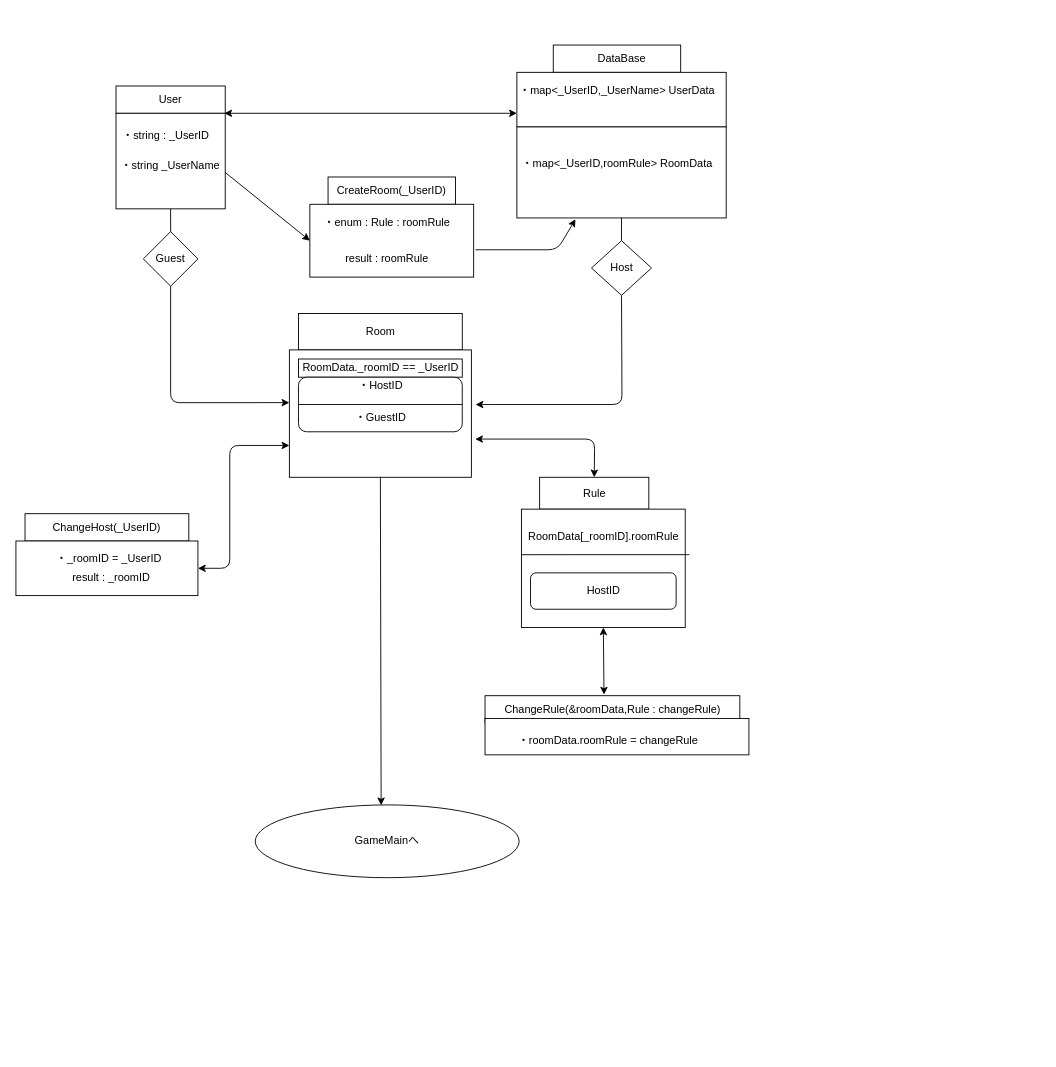
netWork2019WinterMan/netWork2019WinterMan keeps this draw.io diagram as クラス図.drawio. Above is the earlier version. Source tidied: cells renumbered, new cells numbered last; positions are measured from the earlier drawing's top-left corner, leaving out a move shared by most shapes. Both pictures are drawn from the tidied source at 91%, with x=0, y=0 at pixel (15, 45).
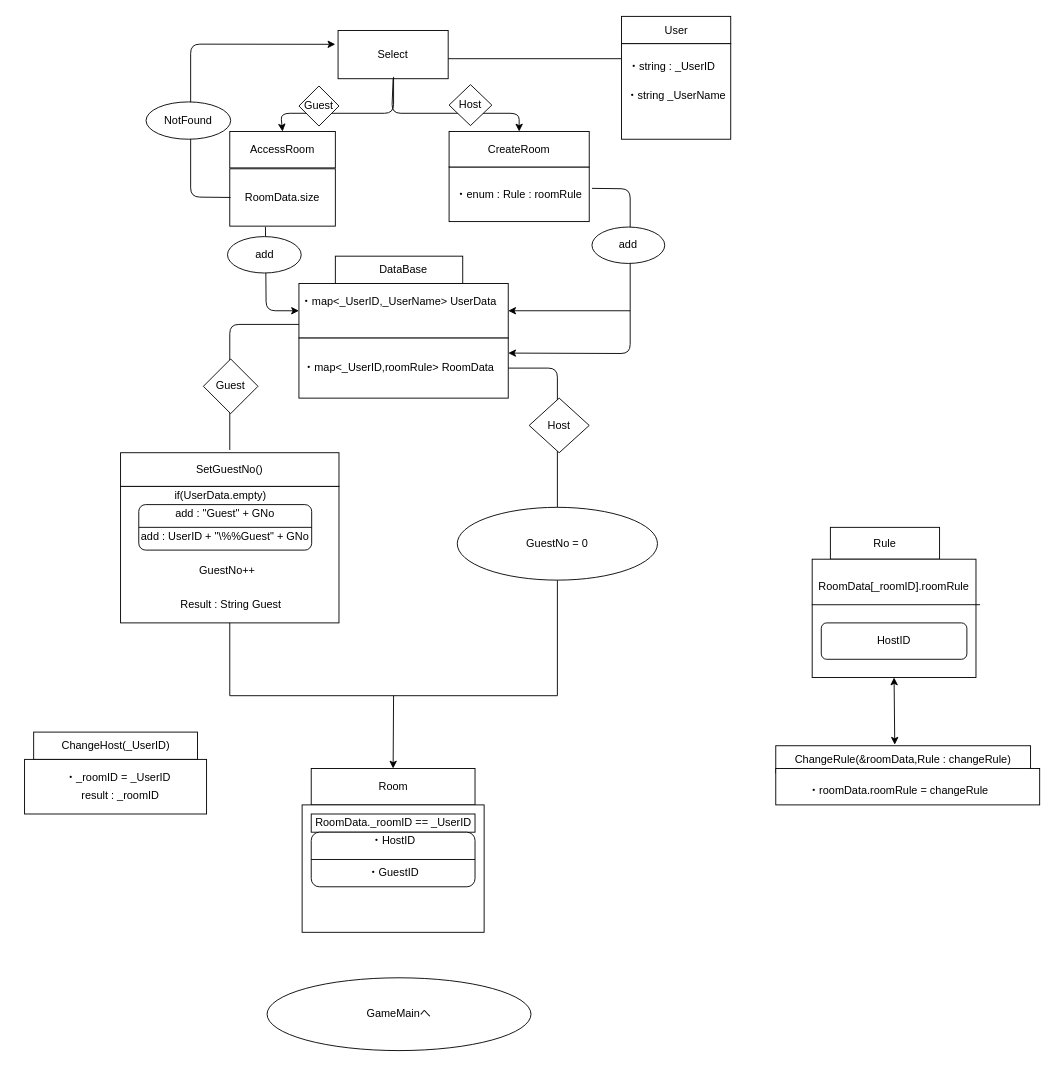
After the change.

Diff of the diagram source:
```diff
@@
+    <mxCell id="52" style="rounded=0;whiteSpace=wrap;html=1;" parent="1" vertex="1">
+      <mxGeometry x="476" y="134" width="154" height="60" as="geometry" />
+    </mxCell>
     <mxCell id="2" style="rounded=0;whiteSpace=wrap;html=1;" parent="1" vertex="1">
-      <mxGeometry x="110" y="45" width="120" height="30" as="geometry" />
+      <mxGeometry x="665.5" y="-31.5" width="120" height="30" as="geometry" />
     </mxCell>
     <mxCell id="3" style="rounded=0;whiteSpace=wrap;html=1;" parent="1" vertex="1">
-      <mxGeometry x="110" y="75" width="120" height="105" as="geometry" />
+      <mxGeometry x="665.5" y="-1.5" width="120" height="105" as="geometry" />
     </mxCell>
     <mxCell id="4" style="rounded=0;whiteSpace=wrap;html=1;" parent="1" vertex="1">
-      <mxGeometry x="590.5" width="140" height="30" as="geometry" />
+      <mxGeometry x="351" y="232" width="140" height="30" as="geometry" />
     </mxCell>
     <mxCell id="5" style="rounded=0;whiteSpace=wrap;html=1;" parent="1" vertex="1">
-      <mxGeometry x="550.5" y="30" width="230" height="60" as="geometry" />
+      <mxGeometry x="311" y="262" width="230" height="60" as="geometry" />
     </mxCell>
     <mxCell id="6" value="User" style="text;html=1;strokeColor=none;fillColor=none;align=center;verticalAlign=middle;whiteSpace=wrap;rounded=0;" parent="1" vertex="1">
-      <mxGeometry x="130" y="50" width="80" height="20" as="geometry" />
+      <mxGeometry x="685.5" y="-26.5" width="80" height="20" as="geometry" />
     </mxCell>
     <mxCell id="7" value="DataBase" style="text;html=1;strokeColor=none;fillColor=none;align=center;verticalAlign=middle;whiteSpace=wrap;rounded=0;" parent="1" vertex="1">
-      <mxGeometry x="620.5" y="5" width="90" height="20" as="geometry" />
+      <mxGeometry x="381" y="237" width="90" height="20" as="geometry" />
     </mxCell>
     <mxCell id="8" style="rounded=0;whiteSpace=wrap;html=1;" parent="1" vertex="1">
-      <mxGeometry x="310.5" y="295" width="180" height="40" as="geometry" />
+      <mxGeometry x="324.5" y="795" width="180" height="40" as="geometry" />
     </mxCell>
     <mxCell id="9" value="Room" style="text;html=1;strokeColor=none;fillColor=none;align=center;verticalAlign=middle;whiteSpace=wrap;rounded=0;" parent="1" vertex="1">
-      <mxGeometry x="320.5" y="305" width="160" height="20" as="geometry" />
+      <mxGeometry x="334.5" y="805" width="160" height="20" as="geometry" />
     </mxCell>
     <mxCell id="10" style="rounded=0;whiteSpace=wrap;html=1;" parent="1" vertex="1">
-      <mxGeometry x="300.5" y="335" width="200" height="140" as="geometry" />
+      <mxGeometry x="314.5" y="835" width="200" height="140" as="geometry" />
     </mxCell>
     <mxCell id="11" value="・string : _UserID" style="text;html=1;strokeColor=none;fillColor=none;align=center;verticalAlign=middle;whiteSpace=wrap;rounded=0;" parent="1" vertex="1">
-      <mxGeometry x="115" y="90" width="100" height="20" as="geometry" />
+      <mxGeometry x="670.5" y="13.5" width="100" height="20" as="geometry" />
     </mxCell>
     <mxCell id="12" value="・string _UserName" style="text;html=1;strokeColor=none;fillColor=none;align=center;verticalAlign=middle;whiteSpace=wrap;rounded=0;" parent="1" vertex="1">
-      <mxGeometry x="110" y="122.5" width="120" height="20" as="geometry" />
+      <mxGeometry x="665.5" y="46" width="120" height="20" as="geometry" />
     </mxCell>
     <mxCell id="13" value="・map&amp;lt;_UserID,_UserName&amp;gt; UserData" style="text;html=1;strokeColor=none;fillColor=none;align=center;verticalAlign=middle;whiteSpace=wrap;rounded=0;" parent="1" vertex="1">
-      <mxGeometry x="550.5" y="40" width="220" height="20" as="geometry" />
+      <mxGeometry x="311" y="272" width="220" height="20" as="geometry" />
     </mxCell>
@@
     <mxCell id="15" style="rounded=0;whiteSpace=wrap;html=1;" parent="1" vertex="1">
-      <mxGeometry x="550.5" y="90" width="230" height="100" as="geometry" />
+      <mxGeometry x="311" y="322" width="230" height="66" as="geometry" />
     </mxCell>
     <mxCell id="16" value="・map&amp;lt;_UserID,roomRule&amp;gt; RoomData" style="text;html=1;strokeColor=none;fillColor=none;align=center;verticalAlign=middle;whiteSpace=wrap;rounded=0;" parent="1" vertex="1">
-      <mxGeometry x="545.5" y="120" width="230" height="20" as="geometry" />
+      <mxGeometry x="306" y="345" width="230" height="20" as="geometry" />
     </mxCell>
-    <mxCell id="17" value="CreateRoom(_UserID)" style="rounded=0;whiteSpace=wrap;html=1;" parent="1" vertex="1">
-      <mxGeometry x="343" y="145" width="140" height="30" as="geometry" />
-    </mxCell>
-    <mxCell id="18" style="rounded=0;whiteSpace=wrap;html=1;" parent="1" vertex="1">
-      <mxGeometry x="323" y="175" width="180" height="80" as="geometry" />
-    </mxCell>
-    <mxCell id="19" value="result : roomRule" style="text;html=1;strokeColor=none;fillColor=none;align=center;verticalAlign=middle;whiteSpace=wrap;rounded=0;" parent="1" vertex="1">
-      <mxGeometry x="343" y="225" width="130" height="20" as="geometry" />
-    </mxCell>
     <mxCell id="20" value="・enum : Rule : roomRule" style="text;html=1;strokeColor=none;fillColor=none;align=center;verticalAlign=middle;whiteSpace=wrap;rounded=0;" parent="1" vertex="1">
-      <mxGeometry x="328" y="185" width="160" height="20" as="geometry" />
+      <mxGeometry x="473" y="150" width="160" height="30" as="geometry" />
     </mxCell>
     <mxCell id="21" value="ChangeHost(_UserID)" style="rounded=0;whiteSpace=wrap;html=1;" parent="1" vertex="1">
-      <mxGeometry x="10" y="515" width="180" height="30" as="geometry" />
+      <mxGeometry x="19.5" y="755" width="180" height="30" as="geometry" />
     </mxCell>
     <mxCell id="22" style="rounded=0;whiteSpace=wrap;html=1;" parent="1" vertex="1">
-      <mxGeometry y="545" width="200" height="60" as="geometry" />
+      <mxGeometry x="9.5" y="785" width="200" height="60" as="geometry" />
     </mxCell>
     <mxCell id="23" value="・_roomID = _UserID" style="text;html=1;strokeColor=none;fillColor=none;align=center;verticalAlign=middle;whiteSpace=wrap;rounded=0;" parent="1" vertex="1">
-      <mxGeometry x="25" y="555" width="155" height="20" as="geometry" />
+      <mxGeometry x="34.5" y="795" width="155" height="20" as="geometry" />
     </mxCell>
     <mxCell id="24" value="result : _roomID" style="text;html=1;strokeColor=none;fillColor=none;align=center;verticalAlign=middle;whiteSpace=wrap;rounded=0;" parent="1" vertex="1">
-      <mxGeometry x="30" y="575" width="150" height="20" as="geometry" />
+      <mxGeometry x="39.5" y="815" width="150" height="20" as="geometry" />
     </mxCell>
     <mxCell id="25" value="ChangeRule(&amp;amp;roomData,Rule : changeRule)" style="rounded=0;whiteSpace=wrap;html=1;" parent="1" vertex="1">
-      <mxGeometry x="515.5" y="715" width="280" height="30" as="geometry" />
+      <mxGeometry x="835" y="770" width="280" height="30" as="geometry" />
     </mxCell>
     <mxCell id="26" style="rounded=0;whiteSpace=wrap;html=1;" parent="1" vertex="1">
-      <mxGeometry x="515.5" y="740" width="290" height="40" as="geometry" />
+      <mxGeometry x="835" y="795" width="290" height="40" as="geometry" />
     </mxCell>
     <mxCell id="27" value="・roomData.roomRule = changeRule" style="text;html=1;strokeColor=none;fillColor=none;align=center;verticalAlign=middle;whiteSpace=wrap;rounded=0;" parent="1" vertex="1">
-      <mxGeometry x="520.5" y="755" width="260" height="20" as="geometry" />
+      <mxGeometry x="840" y="810" width="260" height="20" as="geometry" />
     </mxCell>
     <mxCell id="28" value="RoomData._roomID == _UserID" style="rounded=0;whiteSpace=wrap;html=1;" parent="1" vertex="1">
-      <mxGeometry x="310.5" y="345" width="180" height="20" as="geometry" />
+      <mxGeometry x="324.5" y="845" width="180" height="20" as="geometry" />
     </mxCell>
     <mxCell id="29" style="rounded=1;whiteSpace=wrap;html=1;" parent="1" vertex="1">
-      <mxGeometry x="310.5" y="365" width="180" height="60" as="geometry" />
+      <mxGeometry x="324.5" y="865" width="180" height="60" as="geometry" />
     </mxCell>
@@
     <mxCell id="31" value="・HostID" style="text;html=1;strokeColor=none;fillColor=none;align=center;verticalAlign=middle;whiteSpace=wrap;rounded=0;" parent="1" vertex="1">
-      <mxGeometry x="335.5" y="365" width="130" height="20" as="geometry" />
+      <mxGeometry x="349.5" y="865" width="130" height="20" as="geometry" />
     </mxCell>
     <mxCell id="32" value="・GuestID" style="text;html=1;strokeColor=none;fillColor=none;align=center;verticalAlign=middle;whiteSpace=wrap;rounded=0;" parent="1" vertex="1">
-      <mxGeometry x="360.5" y="400" width="80" height="20" as="geometry" />
+      <mxGeometry x="374.5" y="900" width="80" height="20" as="geometry" />
     </mxCell>
     <mxCell id="33" value="Rule" style="rounded=0;whiteSpace=wrap;html=1;" parent="1" vertex="1">
-      <mxGeometry x="575.5" y="475" width="120" height="35" as="geometry" />
+      <mxGeometry x="895" y="530" width="120" height="35" as="geometry" />
     </mxCell>
     <mxCell id="34" style="rounded=0;whiteSpace=wrap;html=1;" parent="1" vertex="1">
-      <mxGeometry x="555.5" y="510" width="180" height="130" as="geometry" />
+      <mxGeometry x="875" y="565" width="180" height="130" as="geometry" />
     </mxCell>
     <mxCell id="35" value="RoomData[_roomID].roomRule" style="text;html=1;strokeColor=none;fillColor=none;align=center;verticalAlign=middle;whiteSpace=wrap;rounded=0;" parent="1" vertex="1">
-      <mxGeometry x="565.5" y="510" width="160" height="60" as="geometry" />
+      <mxGeometry x="885" y="565" width="160" height="60" as="geometry" />
     </mxCell>
     <mxCell id="36" style="endArrow=none;html=1;exitX=-0.002;exitY=0.385;exitDx=0;exitDy=0;exitPerimeter=0;" parent="1" edge="1" source="34">
       <mxGeometry relative="1" as="geometry">
-        <mxPoint x="740" y="560" as="targetPoint" />
+        <mxPoint x="1059.5" y="615" as="targetPoint" />
       </mxGeometry>
     </mxCell>
     <mxCell id="37" value="HostID" style="rounded=1;whiteSpace=wrap;html=1;" parent="1" vertex="1">
-      <mxGeometry x="565.5" y="580" width="160" height="40" as="geometry" />
+      <mxGeometry x="885" y="635" width="160" height="40" as="geometry" />
     </mxCell>
     <mxCell id="38" value="GameMainへ" style="ellipse;whiteSpace=wrap;html=1;" parent="1" vertex="1">
-      <mxGeometry x="263" y="835" width="290" height="80" as="geometry" />
+      <mxGeometry x="276" y="1025" width="290" height="80" as="geometry" />
     </mxCell>
-    <mxCell id="39" style="endArrow=classic;startArrow=classic;html=1;entryX=0;entryY=0.75;entryDx=0;entryDy=0;" parent="1" edge="1" target="5">
-      <mxGeometry relative="1" as="geometry">
-        <mxPoint x="229" y="75" as="sourcePoint" />
-      </mxGeometry>
-    </mxCell>
-    <mxCell id="40" style="endArrow=classic;html=1;exitX=1;exitY=0.5;exitDx=0;exitDy=0;entryX=0;entryY=0.5;entryDx=0;entryDy=0;" parent="1" edge="1" target="18">
-      <mxGeometry relative="1" as="geometry">
-        <mxPoint x="230" y="140" as="sourcePoint" />
-      </mxGeometry>
-    </mxCell>
-    <mxCell id="41" style="endArrow=classic;html=1;entryX=0.28;entryY=1.014;entryDx=0;entryDy=0;entryPerimeter=0;" parent="1" edge="1" target="15">
-      <mxGeometry relative="1" as="geometry">
-        <mxPoint x="505" y="225" as="sourcePoint" />
-        <Array as="points">
-          <mxPoint x="595" y="225" />
-        </Array>
-      </mxGeometry>
-    </mxCell>
-    <mxCell id="42" style="endArrow=classic;html=1;exitX=0.5;exitY=1;exitDx=0;exitDy=0;entryX=0;entryY=0.414;entryDx=0;entryDy=0;entryPerimeter=0;" parent="1" edge="1" source="43" target="10">
-      <mxGeometry relative="1" as="geometry">
-        <Array as="points">
-          <mxPoint x="170" y="393" />
-        </Array>
-      </mxGeometry>
-    </mxCell>
+    <mxCell id="50" style="endArrow=classic;startArrow=classic;html=1;entryX=0.5;entryY=1;entryDx=0;entryDy=0;exitX=0.467;exitY=-0.04;exitDx=0;exitDy=0;exitPerimeter=0;" parent="1" edge="1" source="25" target="34">
+      <mxGeometry relative="1" as="geometry" />
+    </mxCell>
+    <mxCell id="53" value="AccessRoom" style="rounded=0;whiteSpace=wrap;html=1;" parent="1" vertex="1">
+      <mxGeometry x="235" y="95" width="116" height="40" as="geometry" />
+    </mxCell>
+    <mxCell id="54" value="RoomData.size" style="rounded=0;whiteSpace=wrap;html=1;" parent="1" vertex="1">
+      <mxGeometry x="235" y="136" width="116" height="63" as="geometry" />
+    </mxCell>
+    <mxCell id="55" value="Select" style="rounded=0;whiteSpace=wrap;html=1;" parent="1" vertex="1">
+      <mxGeometry x="354" y="-16" width="121" height="53" as="geometry" />
+    </mxCell>
+    <mxCell id="56" value="CreateRoom" style="rounded=0;whiteSpace=wrap;html=1;" parent="1" vertex="1">
+      <mxGeometry x="476" y="95" width="154" height="39" as="geometry" />
+    </mxCell>
+    <mxCell id="57" style="endArrow=classic;html=1;exitX=0.5;exitY=1;exitDx=0;exitDy=0;entryX=0.5;entryY=0;entryDx=0;entryDy=0;" parent="1" edge="1" source="55" target="56">
+      <mxGeometry relative="1" as="geometry">
+        <Array as="points">
+          <mxPoint x="413" y="75" />
+          <mxPoint x="553" y="75" />
+        </Array>
+      </mxGeometry>
+    </mxCell>
+    <mxCell id="58" style="endArrow=classic;html=1;entryX=0.5;entryY=0;entryDx=0;entryDy=0;" parent="1" edge="1" target="53">
+      <mxGeometry relative="1" as="geometry">
+        <mxPoint x="415" y="35" as="sourcePoint" />
+        <Array as="points">
+          <mxPoint x="415" y="75" />
+          <mxPoint x="291" y="75" />
+        </Array>
+      </mxGeometry>
+    </mxCell>
+    <mxCell id="59" style="endArrow=classic;html=1;entryX=1;entryY=0.25;entryDx=0;entryDy=0;exitX=1;exitY=0.25;exitDx=0;exitDy=0;" parent="1" edge="1" source="20" target="15">
+      <mxGeometry relative="1" as="geometry">
+        <Array as="points">
+          <mxPoint x="675" y="158" />
+          <mxPoint x="675" y="339" />
+        </Array>
+      </mxGeometry>
+    </mxCell>
+    <mxCell id="60" value="add" style="ellipse;whiteSpace=wrap;html=1;" parent="1" vertex="1">
+      <mxGeometry x="633" y="200" width="80" height="40" as="geometry" />
+    </mxCell>
+    <mxCell id="61" style="endArrow=none;html=1;" parent="1" edge="1">
+      <mxGeometry relative="1" as="geometry">
+        <mxPoint x="475" y="15" as="sourcePoint" />
+        <mxPoint x="665" y="15" as="targetPoint" />
+      </mxGeometry>
+    </mxCell>
+    <mxCell id="62" style="endArrow=classic;html=1;exitX=0.033;exitY=0.468;exitDx=0;exitDy=0;exitPerimeter=0;entryX=0;entryY=0.25;entryDx=0;entryDy=0;" parent="1" edge="1">
+      <mxGeometry relative="1" as="geometry">
+        <mxPoint x="235.8" y="167.5" as="sourcePoint" />
+        <mxPoint x="351" y="-0.8" as="targetPoint" />
+        <Array as="points">
+          <mxPoint x="192" y="167" />
+          <mxPoint x="192" y="-1" />
+        </Array>
+      </mxGeometry>
+    </mxCell>
+    <mxCell id="63" value="NotFound" style="ellipse;whiteSpace=wrap;html=1;" parent="1" vertex="1">
+      <mxGeometry x="143" y="62.5" width="93" height="41" as="geometry" />
+    </mxCell>
+    <mxCell id="64" style="endArrow=classic;html=1;entryX=1;entryY=0.5;entryDx=0;entryDy=0;" parent="1" edge="1" target="5">
+      <mxGeometry relative="1" as="geometry">
+        <mxPoint x="675" y="292" as="sourcePoint" />
+      </mxGeometry>
+    </mxCell>
+    <mxCell id="65" style="endArrow=classic;html=1;exitX=0.338;exitY=1.013;exitDx=0;exitDy=0;exitPerimeter=0;" parent="1" edge="1" source="54">
+      <mxGeometry relative="1" as="geometry">
+        <mxPoint x="311" y="292" as="targetPoint" />
+        <Array as="points">
+          <mxPoint x="275" y="292" />
+        </Array>
+      </mxGeometry>
+    </mxCell>
+    <mxCell id="66" value="add" style="ellipse;whiteSpace=wrap;html=1;" parent="1" vertex="1">
+      <mxGeometry x="232.5" y="210.5" width="81" height="40" as="geometry" />
+    </mxCell>
+    <mxCell id="67" style="endArrow=none;html=1;" parent="1" edge="1">
+      <mxGeometry relative="1" as="geometry">
+        <mxPoint x="235" y="715" as="sourcePoint" />
+        <mxPoint x="595" y="715" as="targetPoint" />
+      </mxGeometry>
+    </mxCell>
+    <mxCell id="68" style="endArrow=none;html=1;entryX=0;entryY=0.75;entryDx=0;entryDy=0;" parent="1" edge="1" target="5">
+      <mxGeometry relative="1" as="geometry">
+        <mxPoint x="235" y="445" as="sourcePoint" />
+        <Array as="points">
+          <mxPoint x="235" y="307" />
+        </Array>
+      </mxGeometry>
+    </mxCell>
     <mxCell id="43" value="Guest" style="rhombus;whiteSpace=wrap;html=1;" parent="1" vertex="1">
-      <mxGeometry x="140" y="205" width="60" height="60" as="geometry" />
+      <mxGeometry x="206" y="345" width="60" height="60" as="geometry" />
     </mxCell>
-    <mxCell id="44" style="endArrow=none;html=1;exitX=0.5;exitY=0;exitDx=0;exitDy=0;entryX=0.5;entryY=1;entryDx=0;entryDy=0;" parent="1" edge="1" source="43" target="3">
-      <mxGeometry relative="1" as="geometry" />
-    </mxCell>
-    <mxCell id="45" style="endArrow=classic;html=1;exitX=0.5;exitY=1;exitDx=0;exitDy=0;entryX=1.023;entryY=0.429;entryDx=0;entryDy=0;entryPerimeter=0;" parent="1" edge="1" source="46" target="10">
-      <mxGeometry relative="1" as="geometry">
-        <Array as="points">
-          <mxPoint x="666" y="395" />
-        </Array>
-      </mxGeometry>
-    </mxCell>
+    <mxCell id="69" style="endArrow=none;html=1;entryX=1;entryY=0.5;entryDx=0;entryDy=0;" parent="1" edge="1" target="15">
+      <mxGeometry relative="1" as="geometry">
+        <mxPoint x="595" y="715" as="sourcePoint" />
+        <Array as="points">
+          <mxPoint x="595" y="355" />
+        </Array>
+      </mxGeometry>
+    </mxCell>
     <mxCell id="46" value="Host" style="rhombus;whiteSpace=wrap;html=1;" parent="1" vertex="1">
-      <mxGeometry x="632.5" y="215" width="66" height="60" as="geometry" />
+      <mxGeometry x="564" y="388" width="66" height="60" as="geometry" />
     </mxCell>
-    <mxCell id="47" style="endArrow=none;html=1;entryX=0.5;entryY=1;entryDx=0;entryDy=0;exitX=0.5;exitY=0;exitDx=0;exitDy=0;" parent="1" edge="1" source="46" target="15">
-      <mxGeometry relative="1" as="geometry" />
-    </mxCell>
-    <mxCell id="48" style="endArrow=classic;startArrow=classic;html=1;entryX=0;entryY=0.75;entryDx=0;entryDy=0;exitX=1;exitY=0.5;exitDx=0;exitDy=0;" parent="1" edge="1" source="22" target="10">
-      <mxGeometry relative="1" as="geometry">
-        <Array as="points">
-          <mxPoint x="235" y="575" />
-          <mxPoint x="235" y="440" />
-        </Array>
-      </mxGeometry>
-    </mxCell>
-    <mxCell id="49" style="endArrow=classic;startArrow=classic;html=1;exitX=1.021;exitY=0.7;exitDx=0;exitDy=0;exitPerimeter=0;entryX=0.5;entryY=0;entryDx=0;entryDy=0;" parent="1" edge="1" source="10" target="33">
-      <mxGeometry relative="1" as="geometry">
-        <Array as="points">
-          <mxPoint x="636" y="433" />
-        </Array>
-      </mxGeometry>
-    </mxCell>
-    <mxCell id="50" style="endArrow=classic;startArrow=classic;html=1;entryX=0.5;entryY=1;entryDx=0;entryDy=0;exitX=0.467;exitY=-0.04;exitDx=0;exitDy=0;exitPerimeter=0;" parent="1" edge="1" source="25" target="34">
-      <mxGeometry relative="1" as="geometry" />
-    </mxCell>
-    <mxCell id="51" style="endArrow=classic;html=1;exitX=0.5;exitY=1;exitDx=0;exitDy=0;entryX=0.477;entryY=0.005;entryDx=0;entryDy=0;entryPerimeter=0;" parent="1" edge="1" source="10" target="38">
-      <mxGeometry relative="1" as="geometry" />
-    </mxCell>
+    <mxCell id="70" value="SetGuestNo()" style="rounded=0;whiteSpace=wrap;html=1;" parent="1" vertex="1">
+      <mxGeometry x="115" y="448" width="240" height="37" as="geometry" />
+    </mxCell>
+    <mxCell id="71" style="rounded=0;whiteSpace=wrap;html=1;" parent="1" vertex="1">
+      <mxGeometry x="115" y="485" width="240" height="150" as="geometry" />
+    </mxCell>
+    <mxCell id="72" value="Result : String Guest" style="text;html=1;strokeColor=none;fillColor=none;align=center;verticalAlign=middle;whiteSpace=wrap;rounded=0;" parent="1" vertex="1">
+      <mxGeometry x="158.5" y="605" width="155" height="20" as="geometry" />
+    </mxCell>
+    <mxCell id="73" value="if(UserData.empty)" style="text;html=1;strokeColor=none;fillColor=none;align=center;verticalAlign=middle;whiteSpace=wrap;rounded=0;" parent="1" vertex="1">
+      <mxGeometry x="135" y="485" width="180" height="20" as="geometry" />
+    </mxCell>
+    <mxCell id="74" style="rounded=1;whiteSpace=wrap;html=1;" parent="1" vertex="1">
+      <mxGeometry x="135" y="505" width="190" height="50" as="geometry" />
+    </mxCell>
+    <mxCell id="75" style="endArrow=none;html=1;exitX=0;exitY=0.5;exitDx=0;exitDy=0;entryX=1;entryY=0.5;entryDx=0;entryDy=0;" parent="1" edge="1" source="74" target="74">
+      <mxGeometry relative="1" as="geometry" />
+    </mxCell>
+    <mxCell id="76" value="add : &quot;Guest&quot; + GNo" style="text;html=1;strokeColor=none;fillColor=none;align=center;verticalAlign=middle;whiteSpace=wrap;rounded=0;" parent="1" vertex="1">
+      <mxGeometry x="135" y="505" width="190" height="20" as="geometry" />
+    </mxCell>
+    <mxCell id="77" value="add : UserID + &quot;\%%Guest&quot; + GNo" style="text;html=1;strokeColor=none;fillColor=none;align=center;verticalAlign=middle;whiteSpace=wrap;rounded=0;" parent="1" vertex="1">
+      <mxGeometry x="130" y="530" width="200" height="20" as="geometry" />
+    </mxCell>
+    <mxCell id="78" value="GuestNo = 0" style="ellipse;whiteSpace=wrap;html=1;" parent="1" vertex="1">
+      <mxGeometry x="485" y="508" width="220" height="80" as="geometry" />
+    </mxCell>
+    <mxCell id="79" value="GuestNo++" style="text;html=1;strokeColor=none;fillColor=none;align=center;verticalAlign=middle;whiteSpace=wrap;rounded=0;" parent="1" vertex="1">
+      <mxGeometry x="165" y="567.5" width="135" height="20" as="geometry" />
+    </mxCell>
+    <mxCell id="80" style="endArrow=none;html=1;entryX=0.5;entryY=1;entryDx=0;entryDy=0;" parent="1" edge="1" target="71">
+      <mxGeometry relative="1" as="geometry">
+        <mxPoint x="235" y="715" as="sourcePoint" />
+      </mxGeometry>
+    </mxCell>
+    <mxCell id="81" style="endArrow=classic;html=1;entryX=0.5;entryY=0;entryDx=0;entryDy=0;" parent="1" edge="1" target="8">
+      <mxGeometry relative="1" as="geometry">
+        <mxPoint x="415" y="715" as="sourcePoint" />
+      </mxGeometry>
+    </mxCell>
+    <mxCell id="82" value="Host" style="rhombus;whiteSpace=wrap;html=1;" parent="1" vertex="1">
+      <mxGeometry x="476" y="43.5" width="47" height="45" as="geometry" />
+    </mxCell>
+    <mxCell id="83" value="Guest" style="rhombus;whiteSpace=wrap;html=1;" parent="1" vertex="1">
+      <mxGeometry x="311" y="45" width="44" height="44" as="geometry" />
+    </mxCell>
```
